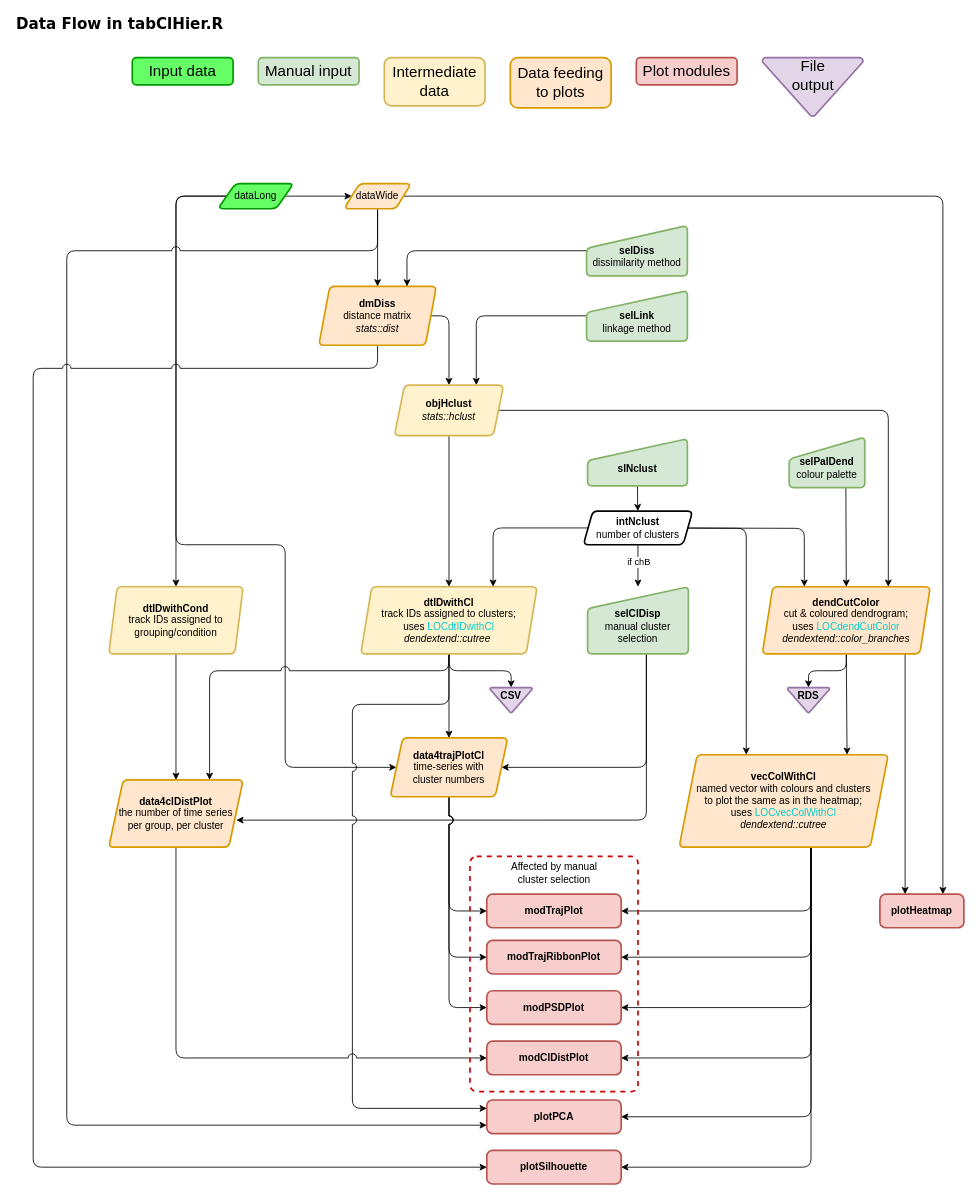
Earlier version of the draw.io diagram docu/TCI-dataFlow.drawio (dmattek/shiny-timecourse-inspector). Source tidied: cells renumbered, new cells numbered last; positions are measured from the earlier drawing's top-left corner, leaving out a move shared by most shapes. Both pictures are drawn from the tidied source at 84%, with x=0, y=0 at pixel (14, 15).
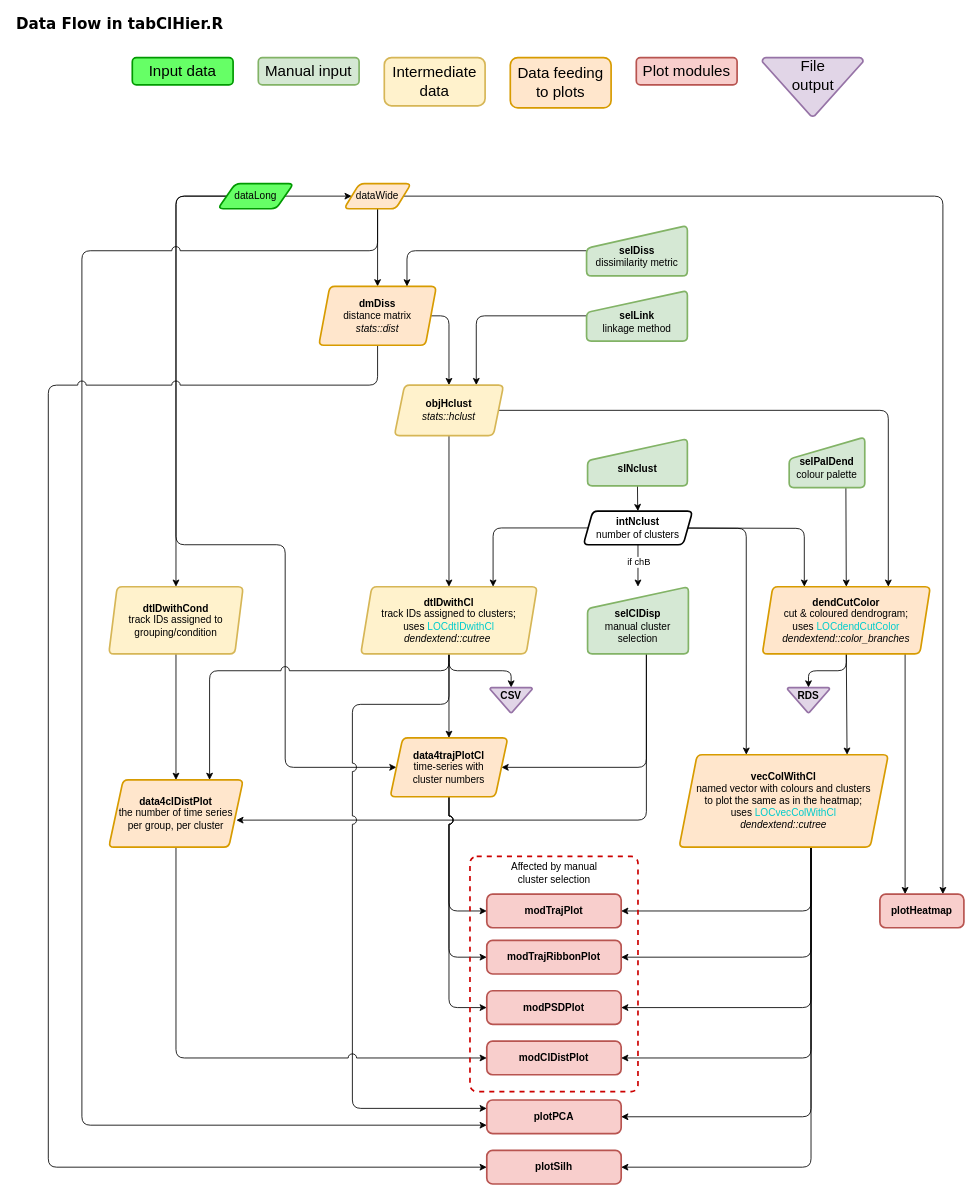
The same page after the edit.

Unchanged cells that the change refers to:
```xml
<mxCell id="10" value="dataWide" style="shape=parallelogram;html=1;strokeWidth=2;perimeter=parallelogramPerimeter;whiteSpace=wrap;rounded=1;arcSize=12;size=0.23;fillColor=#ffe6cc;strokeColor=#d79b00;" parent="1" vertex="1">
  <mxGeometry x="392" y="200" width="80" height="30" as="geometry" />
</mxCell>
<mxCell id="13" value="&lt;b&gt;dmDiss&lt;/b&gt;&lt;br&gt;distance matrix&lt;br&gt;&lt;i&gt;stats::dist&lt;/i&gt;" style="shape=parallelogram;html=1;strokeWidth=2;perimeter=parallelogramPerimeter;whiteSpace=wrap;rounded=1;arcSize=12;size=0.09375;fillColor=#ffe6cc;strokeColor=#d79b00;" parent="1" vertex="1">
  <mxGeometry x="362" y="322.5" width="140" height="70" as="geometry" />
</mxCell>
<mxCell id="64" value="&lt;b&gt;plotPCA&lt;/b&gt;" style="rounded=1;whiteSpace=wrap;html=1;absoluteArcSize=1;arcSize=14;strokeWidth=2;fillColor=#f8cecc;strokeColor=#b85450;" parent="1" vertex="1">
  <mxGeometry x="562" y="1291" width="160" height="40" as="geometry" />
</mxCell>
```

What changed in the source:
```diff
@@
     <mxCell id="9" style="edgeStyle=orthogonalEdgeStyle;rounded=1;jumpStyle=arc;jumpSize=10;jettySize=auto;html=1;entryX=0;entryY=0.75;entryDx=0;entryDy=0;" parent="1" edge="1" source="10" target="64">
       <mxGeometry relative="1" as="geometry">
         <Array as="points">
           <mxPoint x="432" y="280" />
-          <mxPoint x="62" y="280" />
-          <mxPoint x="62" y="1321" />
+          <mxPoint x="80" y="280" />
+          <mxPoint x="80" y="1321" />
         </Array>
       </mxGeometry>
     </mxCell>
@@
     <mxCell id="12" style="edgeStyle=orthogonalEdgeStyle;rounded=1;jumpStyle=arc;jumpSize=10;jettySize=auto;html=1;entryX=0;entryY=0.5;entryDx=0;entryDy=0;" parent="1" edge="1" source="13" target="65">
       <mxGeometry relative="1" as="geometry">
         <Array as="points">
-          <mxPoint x="432" y="420" />
-          <mxPoint x="22" y="420" />
-          <mxPoint x="22" y="1371" />
+          <mxPoint x="432" y="440" />
+          <mxPoint x="40" y="440" />
+          <mxPoint x="40" y="1371" />
         </Array>
       </mxGeometry>
     </mxCell>
@@
-    <mxCell id="15" value="&lt;b&gt;&lt;br&gt;selDiss&lt;/b&gt;&lt;br&gt;dissimilarity method" style="html=1;strokeWidth=2;shape=manualInput;whiteSpace=wrap;rounded=1;size=27;arcSize=12;fillColor=#d5e8d4;strokeColor=#82b366;" parent="1" vertex="1">
+    <mxCell id="15" value="&lt;b&gt;&lt;br&gt;selDiss&lt;/b&gt;&lt;br&gt;dissimilarity metric" style="html=1;strokeWidth=2;shape=manualInput;whiteSpace=wrap;rounded=1;size=27;arcSize=12;fillColor=#d5e8d4;strokeColor=#82b366;" parent="1" vertex="1">
       <mxGeometry x="680.8" y="250" width="120" height="60" as="geometry" />
     </mxCell>
@@
-    <mxCell id="65" value="&lt;b&gt;plotSilhouette&lt;/b&gt;" style="rounded=1;whiteSpace=wrap;html=1;absoluteArcSize=1;arcSize=14;strokeWidth=2;fillColor=#f8cecc;strokeColor=#b85450;" parent="1" vertex="1">
+    <mxCell id="65" value="&lt;b&gt;plotSilh&lt;/b&gt;" style="rounded=1;whiteSpace=wrap;html=1;absoluteArcSize=1;arcSize=14;strokeWidth=2;fillColor=#f8cecc;strokeColor=#b85450;" parent="1" vertex="1">
       <mxGeometry x="562" y="1351" width="160" height="40" as="geometry" />
     </mxCell>
```
